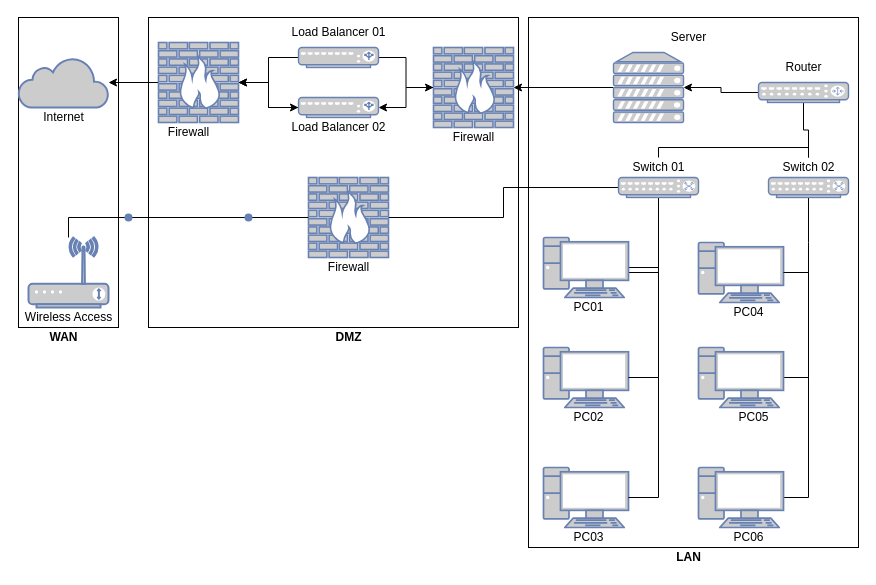
This is Activity Network Design WAN DMZ LAN.drawio from BluFlcn/Jason-Scherer-Cyber-Security-Bootcamp, a draw.io file, before an edit. Source tidied: cells renumbered, new cells numbered last; positions are measured from the earlier drawing's top-left corner, leaving out a move shared by most shapes. Both pictures are drawn from the tidied source at 100%, with x=0, y=0 at pixel (18, 17).
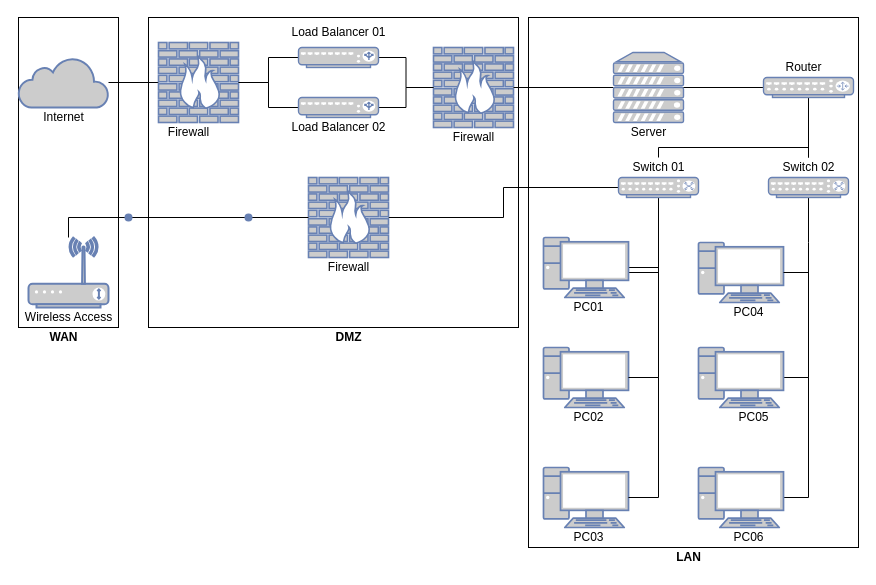
After the change.

The change refers to these unchanged cells:
```xml
<mxCell id="5" style="html=1;outlineConnect=0;fillColor=#CCCCCC;strokeColor=#6881B3;gradientColor=none;gradientDirection=north;strokeWidth=2;shape=mxgraph.networks.cloud;fontColor=#ffffff;" parent="1" vertex="1">
  <mxGeometry y="40" width="90" height="50" as="geometry" />
</mxCell>
<mxCell id="8" style="fontColor=#0066CC;verticalAlign=top;verticalLabelPosition=bottom;labelPosition=center;align=center;html=1;outlineConnect=0;fillColor=#CCCCCC;strokeColor=#6881B3;gradientColor=none;gradientDirection=north;strokeWidth=2;shape=mxgraph.networks.firewall;" parent="1" vertex="1">
  <mxGeometry x="140" y="25" width="80" height="80" as="geometry" />
</mxCell>
<mxCell id="12" style="fontColor=#0066CC;verticalAlign=top;verticalLabelPosition=bottom;labelPosition=center;align=center;html=1;outlineConnect=0;fillColor=#CCCCCC;strokeColor=#6881B3;gradientColor=none;gradientDirection=north;strokeWidth=2;shape=mxgraph.networks.firewall;" parent="1" vertex="1">
  <mxGeometry x="415" y="30" width="80" height="80" as="geometry" />
</mxCell>
<mxCell id="15" style="fontColor=#0066CC;verticalAlign=top;verticalLabelPosition=bottom;labelPosition=center;align=center;html=1;outlineConnect=0;fillColor=#CCCCCC;strokeColor=#6881B3;gradientColor=none;gradientDirection=north;strokeWidth=2;shape=mxgraph.networks.load_balancer;" parent="1" vertex="1">
  <mxGeometry x="280" y="30" width="80" height="20" as="geometry" />
</mxCell>
<mxCell id="17" style="fontColor=#0066CC;verticalAlign=top;verticalLabelPosition=bottom;labelPosition=center;align=center;html=1;outlineConnect=0;fillColor=#CCCCCC;strokeColor=#6881B3;gradientColor=none;gradientDirection=north;strokeWidth=2;shape=mxgraph.networks.load_balancer;" parent="1" vertex="1">
  <mxGeometry x="280" y="80" width="80" height="20" as="geometry" />
</mxCell>
<mxCell id="19" style="fontColor=#0066CC;verticalAlign=top;verticalLabelPosition=bottom;labelPosition=center;align=center;html=1;outlineConnect=0;fillColor=#CCCCCC;strokeColor=#6881B3;gradientColor=none;gradientDirection=north;strokeWidth=2;shape=mxgraph.networks.server;" parent="1" vertex="1">
  <mxGeometry x="595" y="35" width="70" height="70" as="geometry" />
</mxCell>
```

The edit, as a diff of the source:
```diff
@@
-    <mxCell id="6" style="edgeStyle=orthogonalEdgeStyle;rounded=0;jettySize=auto;html=1;" parent="1" edge="1" source="8" target="17">
+    <mxCell id="6" style="edgeStyle=orthogonalEdgeStyle;rounded=0;jettySize=auto;html=1;endArrow=none;endFill=0;" parent="1" edge="1" source="8" target="17">
       <mxGeometry relative="1" as="geometry" />
     </mxCell>
-    <mxCell id="7" style="edgeStyle=orthogonalEdgeStyle;rounded=0;jettySize=auto;html=1;" parent="1" edge="1" source="8" target="5">
+    <mxCell id="7" style="edgeStyle=orthogonalEdgeStyle;rounded=0;jettySize=auto;html=1;endArrow=none;endFill=0;" parent="1" edge="1" source="8" target="5">
       <mxGeometry relative="1" as="geometry" />
     </mxCell>
@@
-    <mxCell id="11" style="edgeStyle=orthogonalEdgeStyle;rounded=0;jettySize=auto;html=1;" parent="1" edge="1" source="12" target="17">
+    <mxCell id="11" style="edgeStyle=orthogonalEdgeStyle;rounded=0;jettySize=auto;html=1;endArrow=none;endFill=0;" parent="1" edge="1" source="12" target="17">
       <mxGeometry relative="1" as="geometry" />
     </mxCell>
@@
-    <mxCell id="13" style="edgeStyle=orthogonalEdgeStyle;rounded=0;jettySize=auto;html=1;" parent="1" edge="1" source="15" target="12">
+    <mxCell id="13" style="edgeStyle=orthogonalEdgeStyle;rounded=0;jettySize=auto;html=1;endArrow=none;endFill=0;" parent="1" edge="1" source="15" target="12">
       <mxGeometry relative="1" as="geometry" />
     </mxCell>
-    <mxCell id="14" style="edgeStyle=orthogonalEdgeStyle;rounded=0;jettySize=auto;html=1;" parent="1" edge="1" source="15" target="8">
+    <mxCell id="14" style="edgeStyle=orthogonalEdgeStyle;rounded=0;jettySize=auto;html=1;endArrow=none;endFill=0;" parent="1" edge="1" source="15" target="8">
       <mxGeometry relative="1" as="geometry" />
     </mxCell>
@@
-    <mxCell id="16" style="edgeStyle=orthogonalEdgeStyle;rounded=0;jettySize=auto;html=1;" parent="1" edge="1" source="17" target="8">
-      <mxGeometry relative="1" as="geometry" />
-    </mxCell>
@@
-    <mxCell id="18" style="edgeStyle=orthogonalEdgeStyle;rounded=0;jettySize=auto;html=1;" parent="1" edge="1" source="19" target="12">
+    <mxCell id="18" style="edgeStyle=orthogonalEdgeStyle;rounded=0;jettySize=auto;html=1;endArrow=none;endFill=0;" parent="1" edge="1" source="19" target="12">
       <mxGeometry relative="1" as="geometry" />
     </mxCell>
@@
-    <mxCell id="20" style="edgeStyle=orthogonalEdgeStyle;rounded=0;jettySize=auto;html=1;" parent="1" edge="1" source="22" target="19">
+    <mxCell id="20" style="edgeStyle=orthogonalEdgeStyle;rounded=0;jettySize=auto;html=1;endArrow=none;endFill=0;" parent="1" edge="1" source="22" target="19">
       <mxGeometry relative="1" as="geometry" />
     </mxCell>
@@
     <mxCell id="22" style="fontColor=#0066CC;verticalAlign=top;verticalLabelPosition=bottom;labelPosition=center;align=center;html=1;outlineConnect=0;fillColor=#CCCCCC;strokeColor=#6881B3;gradientColor=none;gradientDirection=north;strokeWidth=2;shape=mxgraph.networks.router;" parent="1" vertex="1">
-      <mxGeometry x="740" y="65" width="90" height="20" as="geometry" />
+      <mxGeometry x="745" y="60" width="90" height="20" as="geometry" />
     </mxCell>
@@
     <mxCell id="49" value="Server" style="text;html=1;align=center;verticalAlign=middle;fillColor=none;strokeColor=none;rounded=0;" parent="1" vertex="1">
-      <mxGeometry x="645" y="10" width="50" height="20" as="geometry" />
+      <mxGeometry x="605" y="105" width="50" height="20" as="geometry" />
     </mxCell>
```
